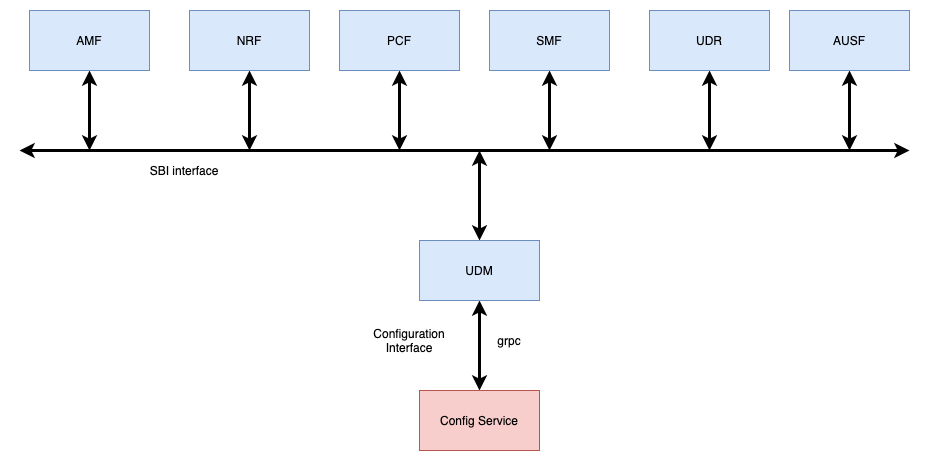
This is docs/images/README-UDM.png from omec-project/udm, a draw.io export, as it was before one commit. Source tidied: cells renumbered, new cells last; positions are measured from the earlier drawing's top-left corner, leaving out a move shared by most shapes. Its diagram source:
```xml
<mxGraphModel>
  <root>
    <mxCell id="0" />
    <mxCell id="1" parent="0" />
    <mxCell id="2" style="edgeStyle=orthogonalEdgeStyle;rounded=0;jettySize=auto;html=1;entryX=0.5;entryY=0;entryDx=0;entryDy=0;startArrow=classic;startFill=1;strokeWidth=3;" parent="1" edge="1" source="4" target="18">
      <mxGeometry relative="1" as="geometry" />
    </mxCell>
    <mxCell id="3" style="edgeStyle=orthogonalEdgeStyle;rounded=0;jettySize=auto;html=1;startArrow=classic;startFill=1;strokeWidth=3;" parent="1" edge="1" source="4">
      <mxGeometry relative="1" as="geometry">
        <mxPoint x="460" y="140" as="targetPoint" />
      </mxGeometry>
    </mxCell>
    <mxCell id="4" value="UDM" style="rounded=0;whiteSpace=wrap;html=1;fillColor=#dae8fc;strokeColor=#6c8ebf;" parent="1" vertex="1">
      <mxGeometry x="400" y="230" width="120" height="60" as="geometry" />
    </mxCell>
    <mxCell id="5" style="edgeStyle=orthogonalEdgeStyle;rounded=0;jettySize=auto;html=1;startArrow=classic;startFill=1;strokeWidth=3;" parent="1" edge="1" source="6">
      <mxGeometry relative="1" as="geometry">
        <mxPoint x="70" y="140" as="targetPoint" />
      </mxGeometry>
    </mxCell>
    <mxCell id="6" value="AMF" style="rounded=0;whiteSpace=wrap;html=1;fillColor=#dae8fc;strokeColor=#6c8ebf;" parent="1" vertex="1">
      <mxGeometry x="10" width="120" height="60" as="geometry" />
    </mxCell>
    <mxCell id="7" style="edgeStyle=orthogonalEdgeStyle;rounded=0;jettySize=auto;html=1;startArrow=classic;startFill=1;strokeWidth=3;" parent="1" edge="1" source="8">
      <mxGeometry relative="1" as="geometry">
        <mxPoint x="530" y="140" as="targetPoint" />
      </mxGeometry>
    </mxCell>
    <mxCell id="8" value="SMF" style="rounded=0;whiteSpace=wrap;html=1;fillColor=#dae8fc;strokeColor=#6c8ebf;" parent="1" vertex="1">
      <mxGeometry x="470" width="120" height="60" as="geometry" />
    </mxCell>
    <mxCell id="9" style="edgeStyle=orthogonalEdgeStyle;rounded=0;jettySize=auto;html=1;startArrow=classic;startFill=1;strokeWidth=3;" parent="1" edge="1" source="10">
      <mxGeometry relative="1" as="geometry">
        <mxPoint x="230" y="140" as="targetPoint" />
      </mxGeometry>
    </mxCell>
    <mxCell id="10" value="NRF" style="rounded=0;whiteSpace=wrap;html=1;fillColor=#dae8fc;strokeColor=#6c8ebf;" parent="1" vertex="1">
      <mxGeometry x="170" width="120" height="60" as="geometry" />
    </mxCell>
    <mxCell id="11" style="edgeStyle=orthogonalEdgeStyle;rounded=0;jettySize=auto;html=1;startArrow=classic;startFill=1;strokeWidth=3;" parent="1" edge="1" source="12">
      <mxGeometry relative="1" as="geometry">
        <mxPoint x="380" y="140" as="targetPoint" />
      </mxGeometry>
    </mxCell>
    <mxCell id="12" value="PCF" style="rounded=0;whiteSpace=wrap;html=1;fillColor=#dae8fc;strokeColor=#6c8ebf;" parent="1" vertex="1">
      <mxGeometry x="320" width="120" height="60" as="geometry" />
    </mxCell>
    <mxCell id="13" style="edgeStyle=orthogonalEdgeStyle;rounded=0;jettySize=auto;html=1;startArrow=classic;startFill=1;strokeWidth=3;" parent="1" edge="1" source="14">
      <mxGeometry relative="1" as="geometry">
        <mxPoint x="690" y="140" as="targetPoint" />
      </mxGeometry>
    </mxCell>
    <mxCell id="14" value="UDR" style="rounded=0;whiteSpace=wrap;html=1;fillColor=#dae8fc;strokeColor=#6c8ebf;" parent="1" vertex="1">
      <mxGeometry x="630" width="120" height="60" as="geometry" />
    </mxCell>
    <mxCell id="15" style="endArrow=classic;startArrow=classic;html=1;strokeWidth=3;" parent="1" edge="1">
      <mxGeometry relative="1" as="geometry">
        <mxPoint y="140" as="sourcePoint" />
        <mxPoint x="890" y="140" as="targetPoint" />
      </mxGeometry>
    </mxCell>
    <mxCell id="16" value="Configuration Interface" style="text;html=1;strokeColor=none;fillColor=none;align=center;verticalAlign=middle;whiteSpace=wrap;rounded=0;" parent="1" vertex="1">
      <mxGeometry x="340" y="320" width="100" height="20" as="geometry" />
    </mxCell>
    <mxCell id="17" value="SBI interface" style="text;html=1;strokeColor=none;fillColor=none;align=center;verticalAlign=middle;whiteSpace=wrap;rounded=0;" parent="1" vertex="1">
      <mxGeometry x="110" y="150" width="110" height="20" as="geometry" />
    </mxCell>
    <mxCell id="18" value="Config Service" style="rounded=0;whiteSpace=wrap;html=1;fillColor=#f8cecc;strokeColor=#b85450;" parent="1" vertex="1">
      <mxGeometry x="400" y="380" width="120" height="60" as="geometry" />
    </mxCell>
    <mxCell id="19" value="grpc" style="text;html=1;strokeColor=none;fillColor=none;align=center;verticalAlign=middle;whiteSpace=wrap;rounded=0;" parent="1" vertex="1">
      <mxGeometry x="470" y="320" width="40" height="20" as="geometry" />
    </mxCell>
    <mxCell id="20" style="edgeStyle=orthogonalEdgeStyle;rounded=0;jettySize=auto;html=1;startArrow=classic;startFill=1;strokeWidth=3;" parent="1" edge="1" source="21">
      <mxGeometry relative="1" as="geometry">
        <mxPoint x="830" y="140" as="targetPoint" />
      </mxGeometry>
    </mxCell>
    <mxCell id="21" value="AUSF" style="rounded=0;whiteSpace=wrap;html=1;fillColor=#dae8fc;strokeColor=#6c8ebf;" parent="1" vertex="1">
      <mxGeometry x="770" width="120" height="60" as="geometry" />
    </mxCell>
  </root>
</mxGraphModel>
```
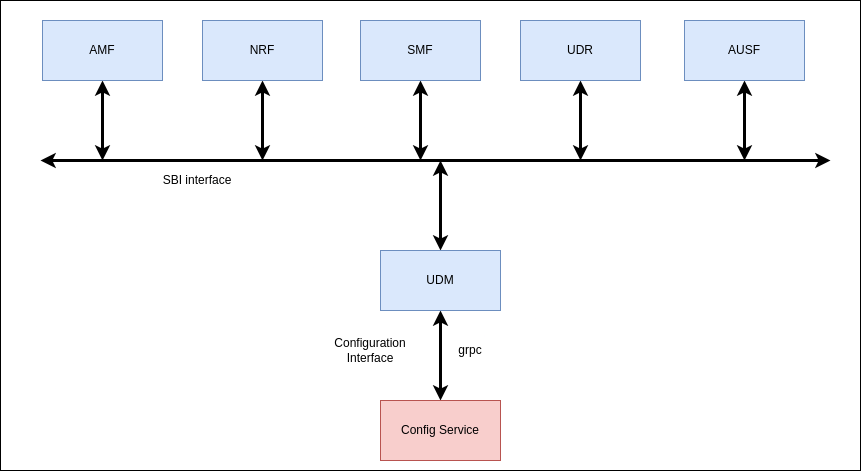
After the commit.

What changed in the source:
```diff
@@ -2,82 +2,77 @@
   <root>
     <mxCell id="0" />
     <mxCell id="1" parent="0" />
+    <mxCell id="22" style="rounded=0;whiteSpace=wrap;html=1;" parent="1" vertex="1">
+      <mxGeometry x="60" y="-20" width="860" height="470" as="geometry" />
+    </mxCell>
     <mxCell id="2" style="edgeStyle=orthogonalEdgeStyle;rounded=0;jettySize=auto;html=1;entryX=0.5;entryY=0;entryDx=0;entryDy=0;startArrow=classic;startFill=1;strokeWidth=3;" parent="1" edge="1" source="4" target="18">
       <mxGeometry relative="1" as="geometry" />
     </mxCell>
     <mxCell id="3" style="edgeStyle=orthogonalEdgeStyle;rounded=0;jettySize=auto;html=1;startArrow=classic;startFill=1;strokeWidth=3;" parent="1" edge="1" source="4">
       <mxGeometry relative="1" as="geometry">
-        <mxPoint x="460" y="140" as="targetPoint" />
+        <mxPoint x="500" y="140" as="targetPoint" />
       </mxGeometry>
     </mxCell>
     <mxCell id="4" value="UDM" style="rounded=0;whiteSpace=wrap;html=1;fillColor=#dae8fc;strokeColor=#6c8ebf;" parent="1" vertex="1">
-      <mxGeometry x="400" y="230" width="120" height="60" as="geometry" />
+      <mxGeometry x="440" y="230" width="120" height="60" as="geometry" />
     </mxCell>
     <mxCell id="5" style="edgeStyle=orthogonalEdgeStyle;rounded=0;jettySize=auto;html=1;startArrow=classic;startFill=1;strokeWidth=3;" parent="1" edge="1" source="6">
       <mxGeometry relative="1" as="geometry">
-        <mxPoint x="70" y="140" as="targetPoint" />
+        <mxPoint x="162" y="140" as="targetPoint" />
       </mxGeometry>
     </mxCell>
     <mxCell id="6" value="AMF" style="rounded=0;whiteSpace=wrap;html=1;fillColor=#dae8fc;strokeColor=#6c8ebf;" parent="1" vertex="1">
-      <mxGeometry x="10" width="120" height="60" as="geometry" />
+      <mxGeometry x="102" width="120" height="60" as="geometry" />
     </mxCell>
     <mxCell id="7" style="edgeStyle=orthogonalEdgeStyle;rounded=0;jettySize=auto;html=1;startArrow=classic;startFill=1;strokeWidth=3;" parent="1" edge="1" source="8">
       <mxGeometry relative="1" as="geometry">
-        <mxPoint x="530" y="140" as="targetPoint" />
+        <mxPoint x="480" y="140" as="targetPoint" />
       </mxGeometry>
     </mxCell>
     <mxCell id="8" value="SMF" style="rounded=0;whiteSpace=wrap;html=1;fillColor=#dae8fc;strokeColor=#6c8ebf;" parent="1" vertex="1">
-      <mxGeometry x="470" width="120" height="60" as="geometry" />
+      <mxGeometry x="420" width="120" height="60" as="geometry" />
     </mxCell>
     <mxCell id="9" style="edgeStyle=orthogonalEdgeStyle;rounded=0;jettySize=auto;html=1;startArrow=classic;startFill=1;strokeWidth=3;" parent="1" edge="1" source="10">
       <mxGeometry relative="1" as="geometry">
-        <mxPoint x="230" y="140" as="targetPoint" />
+        <mxPoint x="322" y="140" as="targetPoint" />
       </mxGeometry>
     </mxCell>
     <mxCell id="10" value="NRF" style="rounded=0;whiteSpace=wrap;html=1;fillColor=#dae8fc;strokeColor=#6c8ebf;" parent="1" vertex="1">
-      <mxGeometry x="170" width="120" height="60" as="geometry" />
+      <mxGeometry x="262" width="120" height="60" as="geometry" />
     </mxCell>
-    <mxCell id="11" style="edgeStyle=orthogonalEdgeStyle;rounded=0;jettySize=auto;html=1;startArrow=classic;startFill=1;strokeWidth=3;" parent="1" edge="1" source="12">
-      <mxGeometry relative="1" as="geometry">
-        <mxPoint x="380" y="140" as="targetPoint" />
-      </mxGeometry>
-    </mxCell>
-    <mxCell id="12" value="PCF" style="rounded=0;whiteSpace=wrap;html=1;fillColor=#dae8fc;strokeColor=#6c8ebf;" parent="1" vertex="1">
-      <mxGeometry x="320" width="120" height="60" as="geometry" />
-    </mxCell>
     <mxCell id="13" style="edgeStyle=orthogonalEdgeStyle;rounded=0;jettySize=auto;html=1;startArrow=classic;startFill=1;strokeWidth=3;" parent="1" edge="1" source="14">
       <mxGeometry relative="1" as="geometry">
-        <mxPoint x="690" y="140" as="targetPoint" />
+        <mxPoint x="640" y="140" as="targetPoint" />
       </mxGeometry>
     </mxCell>
     <mxCell id="14" value="UDR" style="rounded=0;whiteSpace=wrap;html=1;fillColor=#dae8fc;strokeColor=#6c8ebf;" parent="1" vertex="1">
-      <mxGeometry x="630" width="120" height="60" as="geometry" />
+      <mxGeometry x="580" width="120" height="60" as="geometry" />
     </mxCell>
     <mxCell id="15" style="endArrow=classic;startArrow=classic;html=1;strokeWidth=3;" parent="1" edge="1">
       <mxGeometry relative="1" as="geometry">
-        <mxPoint y="140" as="sourcePoint" />
+        <mxPoint x="100" y="140" as="sourcePoint" />
         <mxPoint x="890" y="140" as="targetPoint" />
       </mxGeometry>
     </mxCell>
     <mxCell id="16" value="Configuration Interface" style="text;html=1;strokeColor=none;fillColor=none;align=center;verticalAlign=middle;whiteSpace=wrap;rounded=0;" parent="1" vertex="1">
-      <mxGeometry x="340" y="320" width="100" height="20" as="geometry" />
+      <mxGeometry x="380" y="320" width="100" height="20" as="geometry" />
     </mxCell>
     <mxCell id="17" value="SBI interface" style="text;html=1;strokeColor=none;fillColor=none;align=center;verticalAlign=middle;whiteSpace=wrap;rounded=0;" parent="1" vertex="1">
-      <mxGeometry x="110" y="150" width="110" height="20" as="geometry" />
+      <mxGeometry x="202" y="150" width="110" height="20" as="geometry" />
     </mxCell>
     <mxCell id="18" value="Config Service" style="rounded=0;whiteSpace=wrap;html=1;fillColor=#f8cecc;strokeColor=#b85450;" parent="1" vertex="1">
-      <mxGeometry x="400" y="380" width="120" height="60" as="geometry" />
+      <mxGeometry x="440" y="380" width="120" height="60" as="geometry" />
     </mxCell>
     <mxCell id="19" value="grpc" style="text;html=1;strokeColor=none;fillColor=none;align=center;verticalAlign=middle;whiteSpace=wrap;rounded=0;" parent="1" vertex="1">
-      <mxGeometry x="470" y="320" width="40" height="20" as="geometry" />
+      <mxGeometry x="510" y="320" width="40" height="20" as="geometry" />
     </mxCell>
     <mxCell id="20" style="edgeStyle=orthogonalEdgeStyle;rounded=0;jettySize=auto;html=1;startArrow=classic;startFill=1;strokeWidth=3;" parent="1" edge="1" source="21">
       <mxGeometry relative="1" as="geometry">
-        <mxPoint x="830" y="140" as="targetPoint" />
+        <mxPoint x="804" y="140" as="targetPoint" />
       </mxGeometry>
     </mxCell>
     <mxCell id="21" value="AUSF" style="rounded=0;whiteSpace=wrap;html=1;fillColor=#dae8fc;strokeColor=#6c8ebf;" parent="1" vertex="1">
-      <mxGeometry x="770" width="120" height="60" as="geometry" />
+      <mxGeometry x="744" width="120" height="60" as="geometry" />
     </mxCell>
   </root>
 </mxGraphModel>
```
